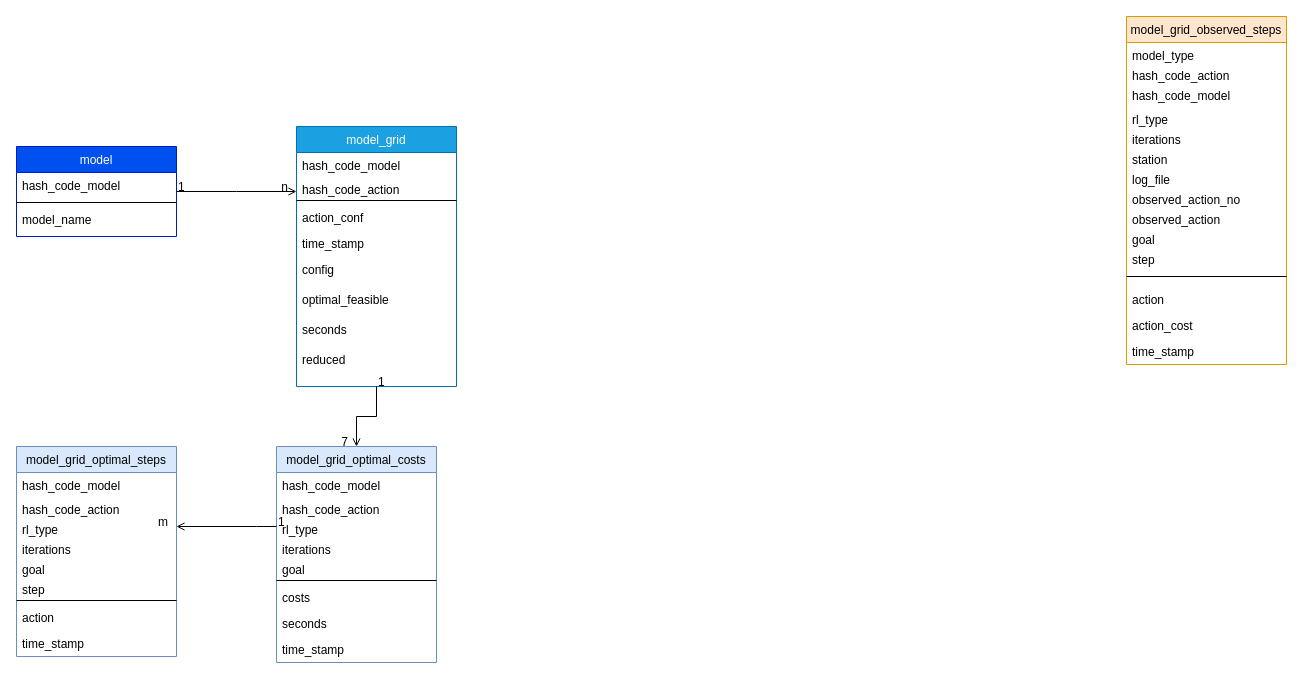
Before: Datenmodell.drawio in MatthiasWikenheiser/goal_recognition, a draw.io diagram. Source tidied: cells renumbered, new cells numbered last; positions are measured from the earlier drawing's top-left corner, leaving out a move shared by most shapes. Both pictures are drawn from the tidied source at 100%, with x=0, y=0 at pixel (16, 16).
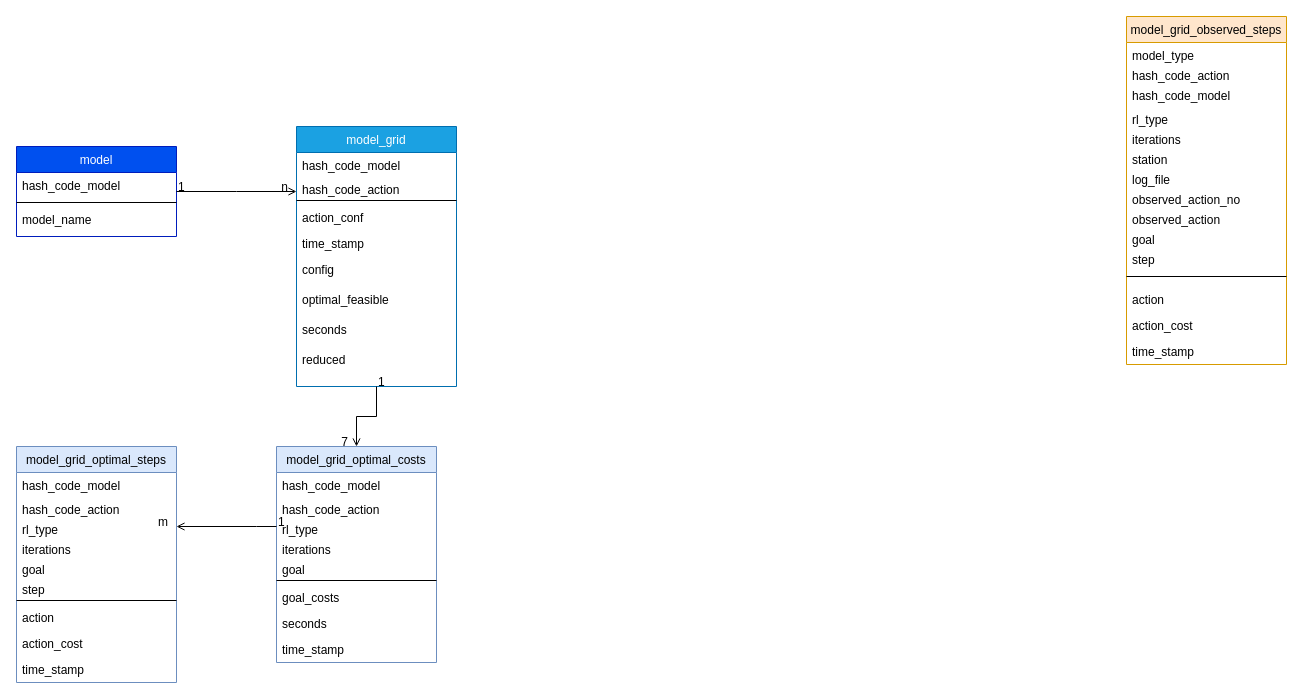
Above is the later version.

Unchanged cells that the change refers to:
```xml
<mxCell id="19" value="model_grid_optimal_costs&#10;" style="swimlane;fontStyle=0;align=center;verticalAlign=top;horizontal=1;startSize=26;rounded=0;shadow=0;strokeWidth=1;fillColor=#dae8fc;strokeColor=#6c8ebf;" parent="1" vertex="1">
  <mxGeometry x="260" y="430" width="160" height="216" as="geometry" />
</mxCell>
```

What changed in the source:
```diff
@@
-    <mxCell id="26" value="costs" style="text;align=left;verticalAlign=top;spacingLeft=4;spacingRight=4;overflow=hidden;" parent="19" vertex="1">
+    <mxCell id="26" value="goal_costs" style="text;align=left;verticalAlign=top;spacingLeft=4;spacingRight=4;overflow=hidden;" parent="19" vertex="1">
       <mxGeometry y="138" width="160" height="26" as="geometry" />
     </mxCell>
@@
     <mxCell id="32" value="model_grid_optimal_steps&#10;" style="swimlane;fontStyle=0;align=center;verticalAlign=top;horizontal=1;startSize=26;rounded=0;shadow=0;strokeWidth=1;fillColor=#dae8fc;strokeColor=#6c8ebf;" parent="1" vertex="1">
-      <mxGeometry y="430" width="160" height="210" as="geometry" />
+      <mxGeometry y="430" width="160" height="236" as="geometry" />
     </mxCell>
@@
+    <mxCell id="61" value="action" style="text;align=left;verticalAlign=top;spacingLeft=4;spacingRight=4;overflow=hidden;" parent="32" vertex="1">
+      <mxGeometry y="158" width="160" height="26" as="geometry" />
+    </mxCell>
-    <mxCell id="40" value="action" style="text;align=left;verticalAlign=top;spacingLeft=4;spacingRight=4;overflow=hidden;" parent="32" vertex="1">
-      <mxGeometry y="158" width="160" height="26" as="geometry" />
+    <mxCell id="40" value="action_cost" style="text;align=left;verticalAlign=top;spacingLeft=4;spacingRight=4;overflow=hidden;" parent="32" vertex="1">
+      <mxGeometry y="184" width="160" height="26" as="geometry" />
     </mxCell>
     <mxCell id="41" value="time_stamp" style="text;align=left;verticalAlign=top;spacingLeft=4;spacingRight=4;overflow=hidden;" parent="32" vertex="1">
-      <mxGeometry y="184" width="160" height="26" as="geometry" />
+      <mxGeometry y="210" width="160" height="26" as="geometry" />
     </mxCell>
```
